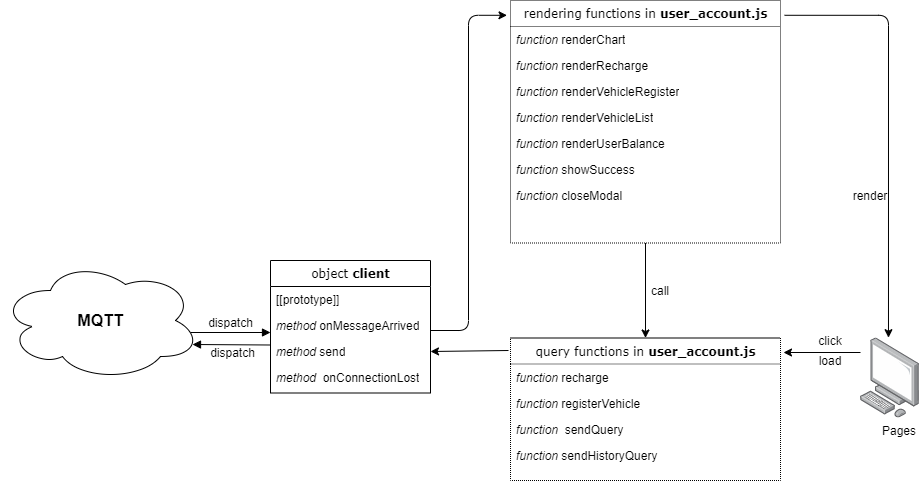
Above: Report/System_design/Web_Chart.png in Nonac/PIMS (draw.io), before the change. Source tidied: cells renumbered, new cells last; positions are measured from the earlier drawing's top-left corner, leaving out a move shared by most shapes.
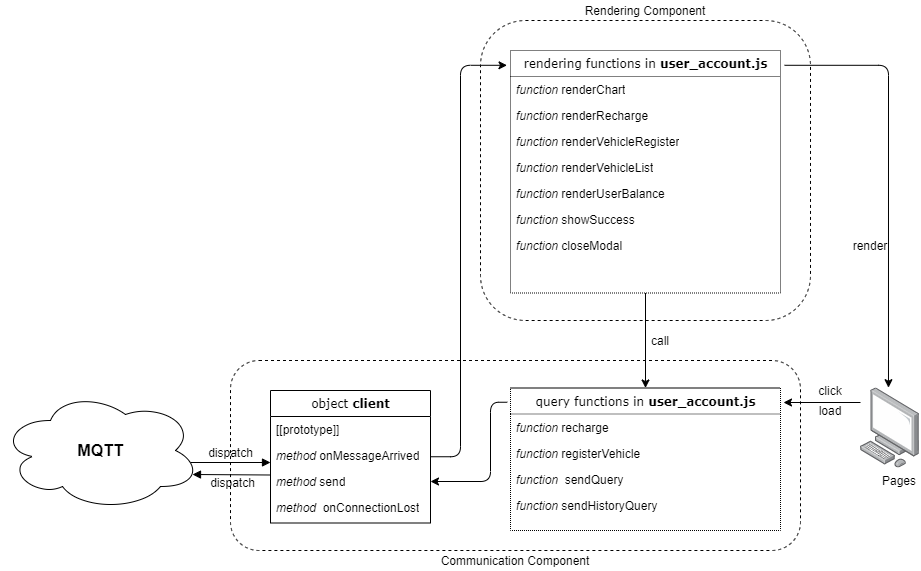
Above is the later version.

Commit message:
web uml

The edit, as a diff of the source:
```diff
@@ -3,17 +3,17 @@
     <mxCell id="0" />
     <mxCell id="1" parent="0" />
     <mxCell id="2" value="&lt;b&gt;&lt;font style=&quot;font-size: 16px&quot;&gt;MQTT&lt;/font&gt;&lt;/b&gt;" style="ellipse;shape=cloud;whiteSpace=wrap;html=1;" parent="1" vertex="1">
-      <mxGeometry y="260" width="200" height="120" as="geometry" />
+      <mxGeometry y="340" width="200" height="120" as="geometry" />
     </mxCell>
     <mxCell id="3" value="dispatch" style="html=1;verticalAlign=bottom;endArrow=block;" parent="1" edge="1">
       <mxGeometry relative="1" as="geometry">
-        <mxPoint x="190" y="332" as="sourcePoint" />
-        <mxPoint x="270" y="332" as="targetPoint" />
+        <mxPoint x="190" y="412" as="sourcePoint" />
+        <mxPoint x="270" y="412" as="targetPoint" />
       </mxGeometry>
     </mxCell>
     <mxCell id="4" value="dispatch" style="html=1;verticalAlign=bottom;endArrow=block;entryX=0.96;entryY=0.7;entryDx=0;entryDy=0;entryPerimeter=0;" parent="1" edge="1" target="2">
       <mxGeometry x="-0.02" y="18" relative="1" as="geometry">
-        <mxPoint x="270" y="344.5" as="sourcePoint" />
+        <mxPoint x="270" y="424.5" as="sourcePoint" />
       </mxGeometry>
     </mxCell>
     <mxCell id="5" style="points=[];html=1;align=center;shadow=0;dashed=0;image;image=img/lib/allied_telesis/computer_and_terminals/Personal_Computer.svg;dashPattern=1 1;" parent="1" vertex="1">
@@ -64,11 +64,6 @@
     <mxCell id="20" value="&lt;i&gt;function &lt;/i&gt;sendHistoryQuery" style="text;html=1;strokeColor=none;fillColor=none;align=left;verticalAlign=top;spacingLeft=4;spacingRight=4;whiteSpace=wrap;overflow=hidden;" parent="16" vertex="1">
       <mxGeometry y="104" width="270" height="26" as="geometry" />
     </mxCell>
-    <mxCell id="21" style="endArrow=classic;html=1;entryX=1;entryY=0.5;entryDx=0;entryDy=0;" parent="1" edge="1" target="30">
-      <mxGeometry relative="1" as="geometry">
-        <mxPoint x="508" y="350" as="sourcePoint" />
-      </mxGeometry>
-    </mxCell>
     <mxCell id="22" style="endArrow=classic;html=1;" parent="1" edge="1">
       <mxGeometry relative="1" as="geometry">
         <mxPoint x="860" y="352" as="sourcePoint" />
@@ -87,8 +82,20 @@
     <mxCell id="26" value="render" style="text;html=1;strokeColor=none;fillColor=none;align=center;verticalAlign=middle;whiteSpace=wrap;rounded=0;dashed=1;dashPattern=1 1;" parent="1" vertex="1">
       <mxGeometry x="850" y="190" width="40" height="10" as="geometry" />
     </mxCell>
+    <mxCell id="32" value="load" style="text;html=1;strokeColor=none;fillColor=none;align=center;verticalAlign=middle;whiteSpace=wrap;rounded=0;dashed=1;dashPattern=1 1;" parent="1" vertex="1">
+      <mxGeometry x="810" y="350" width="40" height="20" as="geometry" />
+    </mxCell>
+    <mxCell id="33" style="edgeStyle=elbowEdgeStyle;elbow=horizontal;endArrow=classic;html=1;entryX=-0.013;entryY=0.061;entryDx=0;entryDy=0;entryPerimeter=0;exitX=1;exitY=0.5;exitDx=0;exitDy=0;" parent="1" edge="1" source="27" target="7">
+      <mxGeometry relative="1" as="geometry">
+        <Array as="points">
+          <mxPoint x="460" y="230" />
+          <mxPoint x="480" y="210" />
+          <mxPoint x="460" y="370" />
+        </Array>
+      </mxGeometry>
+    </mxCell>
     <mxCell id="27" value="&lt;span style=&quot;font-weight: normal&quot;&gt;object&lt;/span&gt; client" style="swimlane;html=1;fontStyle=1;align=center;verticalAlign=top;horizontal=1;startSize=26;swimlaneFillColor=#ffffff;rounded=0;shadow=0;comic=0;labelBackgroundColor=none;strokeWidth=1;fillColor=none;fontFamily=Verdana;fontSize=12;" parent="1" vertex="1">
-      <mxGeometry x="270" y="260" width="160" height="132.5" as="geometry" />
+      <mxGeometry x="270" y="340" width="160" height="132.5" as="geometry" />
     </mxCell>
     <mxCell id="28" value="[[prototype]]" style="text;html=1;strokeColor=none;fillColor=none;align=left;verticalAlign=top;spacingLeft=4;spacingRight=4;whiteSpace=wrap;overflow=hidden;" parent="27" vertex="1">
       <mxGeometry y="26" width="160" height="26" as="geometry" />
@@ -102,13 +109,24 @@
     <mxCell id="31" value="&lt;i&gt;method&amp;nbsp; &lt;/i&gt;onConnectionLost" style="text;html=1;strokeColor=none;fillColor=none;align=left;verticalAlign=top;spacingLeft=4;spacingRight=4;whiteSpace=wrap;overflow=hidden;" parent="27" vertex="1">
       <mxGeometry y="104" width="160" height="25" as="geometry" />
     </mxCell>
-    <mxCell id="32" value="load" style="text;html=1;strokeColor=none;fillColor=none;align=center;verticalAlign=middle;whiteSpace=wrap;rounded=0;dashed=1;dashPattern=1 1;" parent="1" vertex="1">
-      <mxGeometry x="810" y="350" width="40" height="20" as="geometry" />
-    </mxCell>
-    <mxCell id="33" style="edgeStyle=elbowEdgeStyle;elbow=horizontal;endArrow=classic;html=1;entryX=-0.013;entryY=0.061;entryDx=0;entryDy=0;entryPerimeter=0;" parent="1" edge="1" target="7">
-      <mxGeometry relative="1" as="geometry">
-        <mxPoint x="430" y="330" as="sourcePoint" />
-      </mxGeometry>
-    </mxCell>
+    <mxCell id="34" style="edgeStyle=elbowEdgeStyle;elbow=horizontal;endArrow=classic;html=1;exitX=-0.012;exitY=0.1;exitDx=0;exitDy=0;entryX=1;entryY=0.5;entryDx=0;entryDy=0;exitPerimeter=0;" parent="1" edge="1" source="16" target="30">
+      <mxGeometry relative="1" as="geometry">
+        <Array as="points">
+          <mxPoint x="490" y="400" />
+        </Array>
+      </mxGeometry>
+    </mxCell>
+    <mxCell id="35" style="rounded=1;whiteSpace=wrap;html=1;fillColor=none;dashed=1;" parent="1" vertex="1">
+      <mxGeometry x="230" y="310" width="570" height="190" as="geometry" />
+    </mxCell>
+    <mxCell id="36" value="Communication Component" style="text;html=1;strokeColor=none;fillColor=none;align=center;verticalAlign=middle;whiteSpace=wrap;rounded=0;dashed=1;" parent="1" vertex="1">
+      <mxGeometry x="435" y="500" width="160" height="20" as="geometry" />
+    </mxCell>
+    <mxCell id="37" style="rounded=1;whiteSpace=wrap;html=1;fillColor=none;dashed=1;" parent="1" vertex="1">
+      <mxGeometry x="480" y="-30" width="330" height="300" as="geometry" />
+    </mxCell>
+    <mxCell id="38" value="Rendering Component" style="text;html=1;strokeColor=none;fillColor=none;align=center;verticalAlign=middle;whiteSpace=wrap;rounded=0;dashed=1;" parent="1" vertex="1">
+      <mxGeometry x="565" y="-50" width="160" height="20" as="geometry" />
+    </mxCell>
   </root>
 </mxGraphModel>
```
